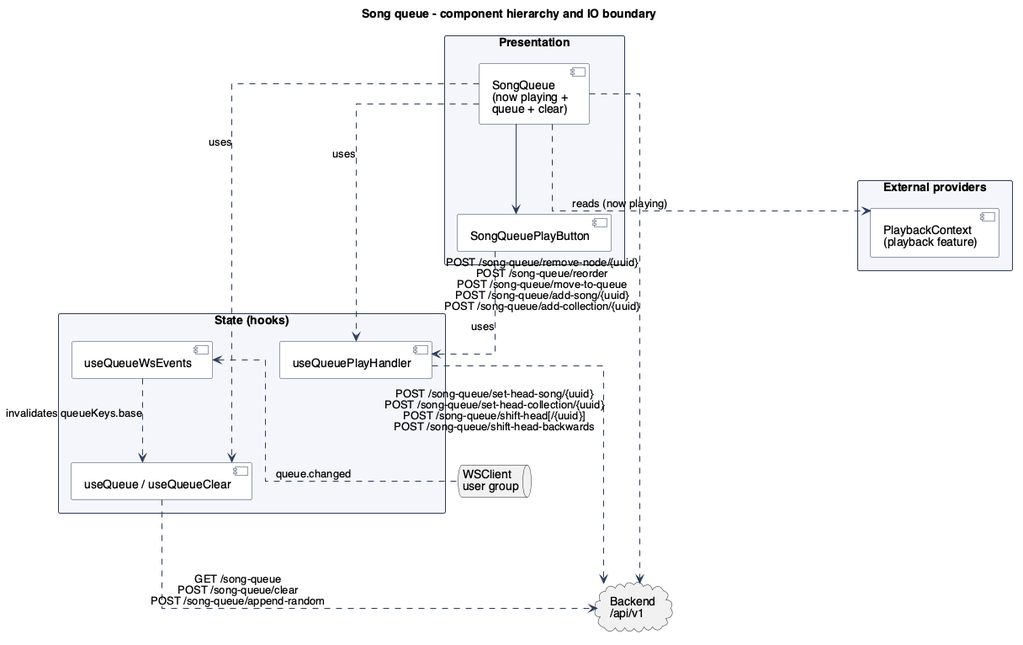
This is text/diagrams/FrontendSongQueue.png from ddrddrr/musikk, a PlantUML export, as it was before one commit.
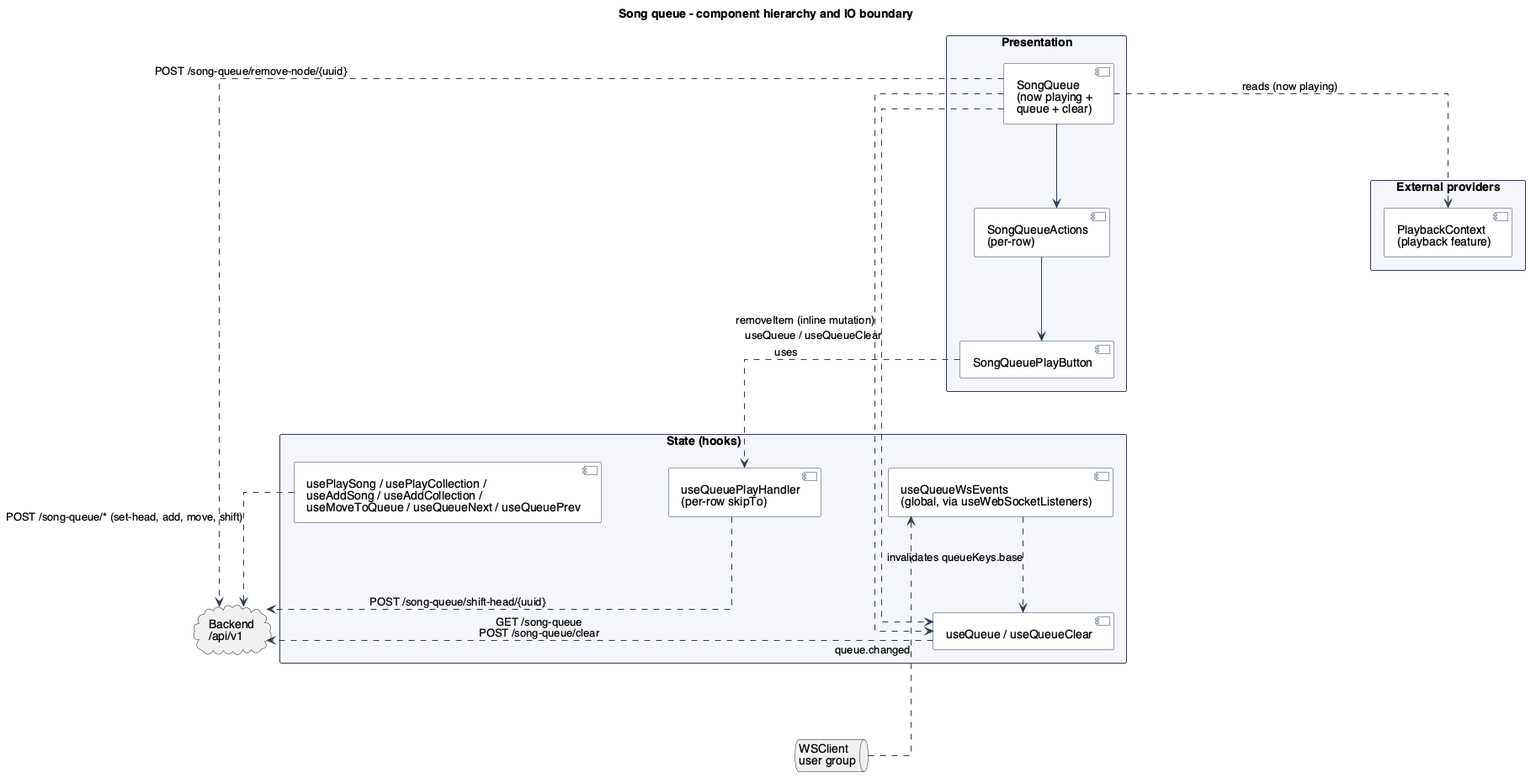
The same diagram one commit later.

Change to the diagram source:
```diff
@@ -6,19 +6,22 @@
 
 package "Presentation" {
     [SongQueue\n(now playing +\nqueue + clear)] as song_queue
+    [SongQueueActions\n(per-row)] as queue_row_actions
     [SongQueuePlayButton] as queue_play_button
 }
 
-song_queue --> queue_play_button
+song_queue --> queue_row_actions
+queue_row_actions --> queue_play_button
 
 package "State (hooks)" {
     [useQueue / useQueueClear] as queue_api_hooks
-    [useQueuePlayHandler] as queue_play_handler
-    [useQueueWsEvents] as queue_ws_events
+    [usePlaySong / usePlayCollection /\nuseAddSong / useAddCollection /\nuseMoveToQueue / useQueueNext / useQueuePrev] as queue_mutations
+    [useQueuePlayHandler\n(per-row skipTo)] as queue_play_handler
+    [useQueueWsEvents\n(global, via useWebSocketListeners)] as queue_ws_events
 }
 
-song_queue ..> queue_api_hooks : uses
-song_queue ..> queue_play_handler : uses
+song_queue ..> queue_api_hooks : useQueue / useQueueClear
+song_queue ..> queue_api_hooks : removeItem (inline mutation)
 queue_play_button ..> queue_play_handler : uses
 
 package "External providers" as external_providers {
@@ -30,11 +33,12 @@
 cloud "Backend\n/api/v1" as backend
 queue "WSClient\nuser group" as ws
 
-queue_api_hooks ..> backend : GET /song-queue\nPOST /song-queue/clear\nPOST /song-queue/append-random
-queue_play_handler ..> backend : POST /song-queue/set-head-song/{uuid}\nPOST /song-queue/set-head-collection/{uuid}\nPOST /song-queue/shift-head[/{uuid}]\nPOST /song-queue/shift-head-backwards
-song_queue ..> backend : POST /song-queue/remove-node/{uuid}\nPOST /song-queue/reorder\nPOST /song-queue/move-to-queue\nPOST /song-queue/add-song/{uuid}\nPOST /song-queue/add-collection/{uuid}
+queue_api_hooks ..> backend : GET /song-queue\nPOST /song-queue/clear
+queue_play_handler ..> backend : POST /song-queue/shift-head/{uuid}
+queue_mutations .up.> backend : POST /song-queue/* (set-head, add, move, shift)
+song_queue ..> backend : POST /song-queue/remove-node/{uuid}
 
-queue_ws_events <.. ws : queue.changed
+queue_ws_events <... ws : queue.changed
 queue_ws_events ..> queue_api_hooks : invalidates queueKeys.base
 
 @enduml
```
